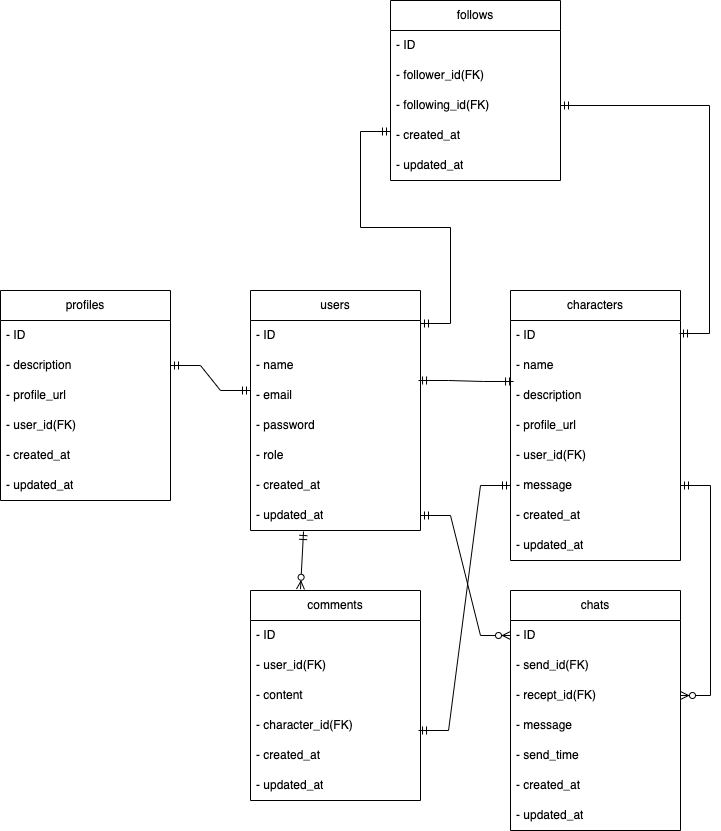
kazuhikochikae/original keeps this draw.io diagram as er.png. Above is the earlier version. Source tidied: cells renumbered, new cells last; positions are measured from the earlier drawing's top-left corner, leaving out a move shared by most shapes.
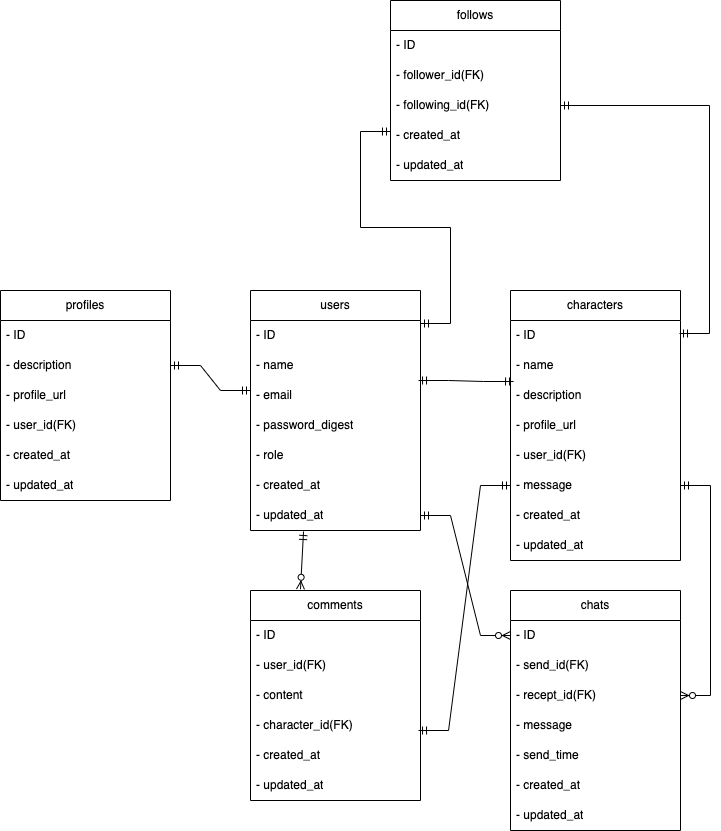
After the commit.

Diff of the diagram source:
```diff
@@ -14,7 +14,7 @@
     <mxCell id="5" value="- email" style="text;strokeColor=none;fillColor=none;align=left;verticalAlign=middle;spacingLeft=4;spacingRight=4;overflow=hidden;whiteSpace=wrap;html=1;" parent="2" vertex="1">
       <mxGeometry y="90" width="170" height="30" as="geometry" />
     </mxCell>
-    <mxCell id="6" value="- password" style="text;strokeColor=none;fillColor=none;align=left;verticalAlign=middle;spacingLeft=4;spacingRight=4;overflow=hidden;whiteSpace=wrap;html=1;" parent="2" vertex="1">
+    <mxCell id="6" value="-&amp;nbsp;password_digest" style="text;strokeColor=none;fillColor=none;align=left;verticalAlign=middle;spacingLeft=4;spacingRight=4;overflow=hidden;whiteSpace=wrap;html=1;" parent="2" vertex="1">
       <mxGeometry y="120" width="170" height="30" as="geometry" />
     </mxCell>
     <mxCell id="7" value="- role" style="text;strokeColor=none;fillColor=none;align=left;verticalAlign=middle;spacingLeft=4;spacingRight=4;overflow=hidden;whiteSpace=wrap;html=1;" parent="2" vertex="1">
```
